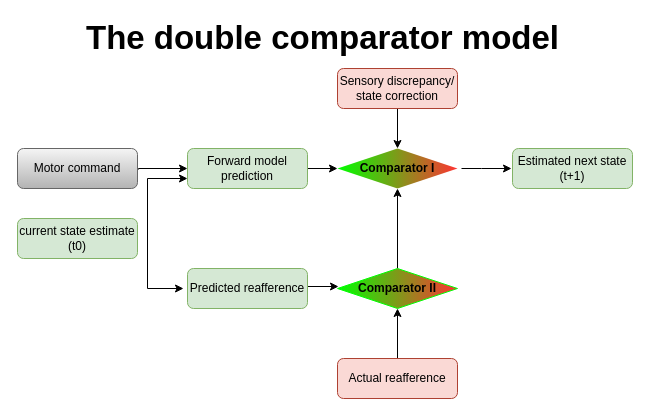
nalgi/Draw.io keeps this draw.io diagram as Comparator.drawio. Above is the earlier version. Source tidied: cells renumbered, new cells numbered last; positions are measured from the earlier drawing's top-left corner, leaving out a move shared by most shapes. Both pictures are drawn from the tidied source at 100%, with x=0, y=0 at pixel (17, 22).
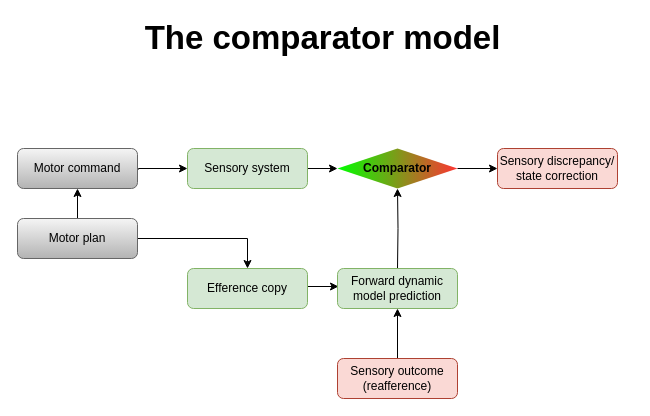
Above is the later version.

Unchanged cells that the change refers to:
```xml
<mxCell id="2" value="Motor command" style="rounded=1;whiteSpace=wrap;html=1;fontSize=12;glass=0;strokeWidth=1;shadow=0;gradientColor=#b3b3b3;fillColor=#f5f5f5;strokeColor=#666666;" parent="1" vertex="1">
  <mxGeometry y="126" width="120" height="40" as="geometry" />
</mxCell>
```

Diff of the diagram source:
```diff
@@
-    <mxCell id="4" value="&lt;b&gt;Comparator I&lt;/b&gt;" style="rhombus;whiteSpace=wrap;html=1;fontSize=12;glass=0;strokeWidth=1;shadow=0;gradientDirection=west;fillColor=#FF3333;gradientColor=#00FF00;strokeColor=none;" parent="1" vertex="1">
+    <mxCell id="4" value="&lt;b&gt;Comparator&lt;/b&gt;" style="rhombus;whiteSpace=wrap;html=1;fontSize=12;glass=0;strokeWidth=1;shadow=0;gradientDirection=west;fillColor=#FF3333;gradientColor=#00FF00;strokeColor=none;" parent="1" vertex="1">
       <mxGeometry x="320" y="126" width="120" height="40" as="geometry" />
     </mxCell>
-    <mxCell id="5" style="edgeStyle=orthogonalEdgeStyle;rounded=0;jettySize=auto;html=1;startArrow=none;startFill=0;endArrow=classic;endFill=1;" parent="1" edge="1" source="6" target="8">
-      <mxGeometry relative="1" as="geometry" />
+    <mxCell id="5" style="edgeStyle=orthogonalEdgeStyle;rounded=0;jettySize=auto;html=1;startArrow=none;startFill=0;endArrow=classic;endFill=1;" parent="1" edge="1" source="6">
+      <mxGeometry relative="1" as="geometry">
+        <mxPoint x="380" y="286" as="targetPoint" />
+      </mxGeometry>
     </mxCell>
-    <mxCell id="6" value="Actual reafference" style="rounded=1;whiteSpace=wrap;html=1;fontSize=12;glass=0;strokeWidth=1;shadow=0;fillColor=#fad9d5;strokeColor=#ae4132;" parent="1" vertex="1">
+    <mxCell id="6" value="Sensory outcome (reafference)" style="rounded=1;whiteSpace=wrap;html=1;fontSize=12;glass=0;strokeWidth=1;shadow=0;fillColor=#fad9d5;strokeColor=#ae4132;" parent="1" vertex="1">
       <mxGeometry x="320" y="336" width="120" height="40" as="geometry" />
     </mxCell>
-    <mxCell id="7" style="edgeStyle=orthogonalEdgeStyle;rounded=0;jettySize=auto;html=1;startArrow=none;startFill=0;endArrow=classic;endFill=1;" parent="1" edge="1" source="8" target="4">
-      <mxGeometry relative="1" as="geometry" />
+    <mxCell id="7" style="edgeStyle=orthogonalEdgeStyle;rounded=0;jettySize=auto;html=1;startArrow=none;startFill=0;endArrow=classic;endFill=1;" parent="1" edge="1" target="4">
+      <mxGeometry relative="1" as="geometry">
+        <mxPoint x="380" y="246" as="sourcePoint" />
+      </mxGeometry>
     </mxCell>
-    <mxCell id="8" value="&lt;b&gt;Comparator II&lt;/b&gt;" style="rhombus;whiteSpace=wrap;html=1;fontSize=12;glass=0;strokeWidth=1;shadow=0;gradientDirection=west;gradientColor=#00FF00;fillColor=#FF3333;strokeColor=#00FF00;" parent="1" vertex="1">
-      <mxGeometry x="320" y="246" width="120" height="40" as="geometry" />
-    </mxCell>
@@
-    <mxCell id="10" style="edgeStyle=orthogonalEdgeStyle;rounded=0;orthogonalLoop=1;jettySize=auto;html=1;" parent="1" edge="1">
-      <mxGeometry relative="1" as="geometry">
-        <mxPoint x="444" y="146" as="sourcePoint" />
-        <mxPoint x="494" y="146" as="targetPoint" />
-        <Array as="points">
-          <mxPoint x="464" y="146" />
-          <mxPoint x="464" y="146" />
-        </Array>
-      </mxGeometry>
-    </mxCell>
-    <mxCell id="11" value="Estimated next state&lt;br&gt;(t+1)" style="rounded=1;whiteSpace=wrap;html=1;fontSize=12;glass=0;strokeWidth=1;shadow=0;fillColor=#d5e8d4;strokeColor=#82b366;" parent="1" vertex="1">
-      <mxGeometry x="495" y="126" width="120" height="40" as="geometry" />
-    </mxCell>
-    <mxCell id="12" style="edgeStyle=orthogonalEdgeStyle;rounded=0;jettySize=auto;html=1;endArrow=classic;endFill=1;startArrow=classic;startFill=1;exitX=0;exitY=0.75;exitDx=0;exitDy=0;" parent="1" edge="1" source="17">
-      <mxGeometry relative="1" as="geometry">
-        <mxPoint x="166" y="266" as="targetPoint" />
-        <Array as="points">
-          <mxPoint x="130" y="156" />
-          <mxPoint x="130" y="266" />
-        </Array>
-      </mxGeometry>
-    </mxCell>
+    <mxCell id="20" style="edgeStyle=orthogonalEdgeStyle;rounded=0;jettySize=auto;html=1;startArrow=none;startFill=0;endArrow=classic;endFill=1;" parent="1" edge="1" source="13" target="2">
+      <mxGeometry relative="1" as="geometry" />
+    </mxCell>
+    <mxCell id="21" style="edgeStyle=orthogonalEdgeStyle;rounded=0;jettySize=auto;html=1;startArrow=none;startFill=0;endArrow=classic;endFill=1;" parent="1" edge="1" source="13" target="18">
+      <mxGeometry relative="1" as="geometry" />
+    </mxCell>
-    <mxCell id="13" value="current state estimate (t0)" style="rounded=1;whiteSpace=wrap;html=1;fontSize=12;glass=0;strokeWidth=1;shadow=0;fillColor=#d5e8d4;strokeColor=#82b366;" parent="1" vertex="1">
+    <mxCell id="13" value="Motor plan" style="rounded=1;whiteSpace=wrap;html=1;fontSize=12;glass=0;strokeWidth=1;shadow=0;strokeColor=#666666;fillColor=#f5f5f5;gradientColor=#b3b3b3;" parent="1" vertex="1">
       <mxGeometry y="196" width="120" height="40" as="geometry" />
     </mxCell>
-    <mxCell id="14" style="edgeStyle=orthogonalEdgeStyle;rounded=0;jettySize=auto;html=1;startArrow=none;startFill=0;endArrow=classic;endFill=1;" parent="1" edge="1" source="15" target="4">
+    <mxCell id="14" style="edgeStyle=orthogonalEdgeStyle;rounded=0;jettySize=auto;html=1;startArrow=classic;startFill=1;endArrow=none;endFill=0;" parent="1" edge="1" source="15" target="4">
       <mxGeometry relative="1" as="geometry" />
     </mxCell>
     <mxCell id="15" value="Sensory discrepancy/ state correction" style="rounded=1;whiteSpace=wrap;html=1;fontSize=12;glass=0;strokeWidth=1;shadow=0;fillColor=#fad9d5;strokeColor=#ae4132;" parent="1" vertex="1">
-      <mxGeometry x="320" y="46" width="120" height="40" as="geometry" />
+      <mxGeometry x="480" y="126" width="120" height="40" as="geometry" />
     </mxCell>
@@
-    <mxCell id="17" value="Forward model prediction" style="rounded=1;whiteSpace=wrap;html=1;fontSize=12;glass=0;strokeWidth=1;shadow=0;fillColor=#d5e8d4;strokeColor=#82b366;" parent="1" vertex="1">
+    <mxCell id="17" value="Sensory system" style="rounded=1;whiteSpace=wrap;html=1;fontSize=12;glass=0;strokeWidth=1;shadow=0;fillColor=#d5e8d4;strokeColor=#82b366;" parent="1" vertex="1">
       <mxGeometry x="170" y="126" width="120" height="40" as="geometry" />
     </mxCell>
-    <mxCell id="18" value="Predicted reafference" style="rounded=1;whiteSpace=wrap;html=1;fontSize=12;glass=0;strokeWidth=1;shadow=0;fillColor=#d5e8d4;strokeColor=#82b366;" parent="1" vertex="1">
+    <mxCell id="18" value="Efference copy" style="rounded=1;whiteSpace=wrap;html=1;fontSize=12;glass=0;strokeWidth=1;shadow=0;fillColor=#d5e8d4;strokeColor=#82b366;" parent="1" vertex="1">
       <mxGeometry x="170" y="246" width="120" height="40" as="geometry" />
     </mxCell>
-    <mxCell id="19" value="&lt;b&gt;&lt;font style=&quot;font-size: 33px&quot;&gt;The double comparator model&lt;/font&gt;&lt;/b&gt;" style="text;html=1;align=center;verticalAlign=middle;" parent="1" vertex="1">
-      <mxGeometry x="60" width="490" height="30" as="geometry" />
+    <mxCell id="19" value="&lt;b&gt;&lt;font style=&quot;font-size: 33px&quot;&gt;The comparator model&lt;/font&gt;&lt;/b&gt;" style="text;html=1;align=center;verticalAlign=middle;" parent="1" vertex="1">
+      <mxGeometry x="120" width="370" height="30" as="geometry" />
     </mxCell>
+    <mxCell id="22" value="Forward dynamic model prediction" style="rounded=1;whiteSpace=wrap;html=1;fontSize=12;glass=0;strokeWidth=1;shadow=0;fillColor=#d5e8d4;strokeColor=#82b366;" parent="1" vertex="1">
+      <mxGeometry x="320" y="246" width="120" height="40" as="geometry" />
+    </mxCell>
```
